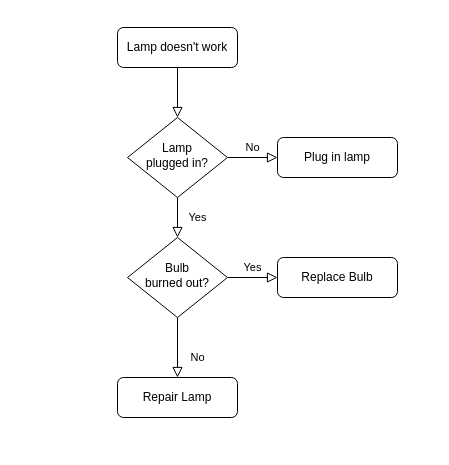
Before: Untitled Diagram.drawio in gbolden101/bioinf576_project_demo, a draw.io diagram. Source tidied: cells renumbered, new cells numbered last; positions are measured from the earlier drawing's top-left corner, leaving out a move shared by most shapes. Both pictures are drawn from the tidied source at 100%, with x=0, y=0 at pixel (117, 27).
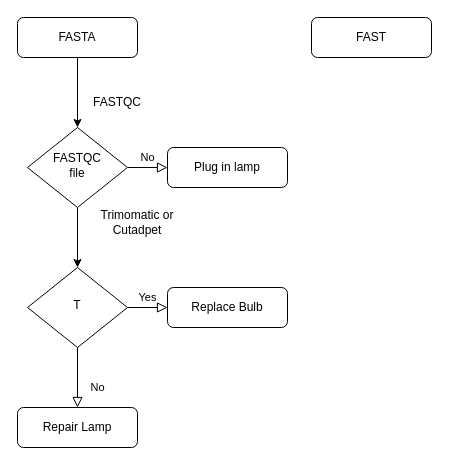
Above is the later version.

Change to the diagram source:
```diff
@@
 <mxGraphModel>
   <root>
     <mxCell id="0" />
     <mxCell id="1" parent="0" />
-    <mxCell id="2" style="rounded=0;html=1;jettySize=auto;fontSize=11;endArrow=block;endFill=0;endSize=8;strokeWidth=1;shadow=0;labelBackgroundColor=none;edgeStyle=orthogonalEdgeStyle;" parent="1" edge="1" source="3" target="6">
-      <mxGeometry relative="1" as="geometry" />
-    </mxCell>
-    <mxCell id="3" value="Lamp doesn't work" style="rounded=1;whiteSpace=wrap;html=1;fontSize=12;glass=0;strokeWidth=1;shadow=0;" parent="1" vertex="1">
-      <mxGeometry width="120" height="40" as="geometry" />
+    <mxCell id="3" value="FAST" style="rounded=1;whiteSpace=wrap;html=1;fontSize=12;glass=0;strokeWidth=1;shadow=0;" parent="1" vertex="1">
+      <mxGeometry x="194" y="-10" width="120" height="40" as="geometry" />
     </mxCell>
+    <mxCell id="5" value="No" style="edgeStyle=orthogonalEdgeStyle;rounded=0;html=1;jettySize=auto;fontSize=11;endArrow=block;endFill=0;endSize=8;strokeWidth=1;shadow=0;labelBackgroundColor=none;" parent="1" edge="1" source="6" target="7">
+      <mxGeometry y="10" relative="1" as="geometry" />
+    </mxCell>
-    <mxCell id="4" value="Yes" style="rounded=0;html=1;jettySize=auto;fontSize=11;endArrow=block;endFill=0;endSize=8;strokeWidth=1;shadow=0;labelBackgroundColor=none;edgeStyle=orthogonalEdgeStyle;" parent="1" edge="1" source="6" target="10">
-      <mxGeometry y="20" relative="1" as="geometry" />
+    <mxCell id="4" style="edgeStyle=orthogonalEdgeStyle;rounded=0;jettySize=auto;html=1;" parent="1" edge="1" source="6" target="10">
+      <mxGeometry relative="1" as="geometry" />
     </mxCell>
-    <mxCell id="5" value="No" style="edgeStyle=orthogonalEdgeStyle;rounded=0;html=1;jettySize=auto;fontSize=11;endArrow=block;endFill=0;endSize=8;strokeWidth=1;shadow=0;labelBackgroundColor=none;" parent="1" edge="1" source="6" target="7">
-      <mxGeometry y="10" relative="1" as="geometry" />
-    </mxCell>
-    <mxCell id="6" value="Lamp&lt;br&gt;plugged in?" style="rhombus;whiteSpace=wrap;html=1;shadow=0;fontFamily=Helvetica;fontSize=12;align=center;strokeWidth=1;spacing=6;spacingTop=-4;" parent="1" vertex="1">
-      <mxGeometry x="10" y="90" width="100" height="80" as="geometry" />
+    <mxCell id="6" value="FASTQC&lt;div&gt;file&lt;/div&gt;" style="rhombus;whiteSpace=wrap;html=1;shadow=0;fontFamily=Helvetica;fontSize=12;align=center;strokeWidth=1;spacing=6;spacingTop=-4;" parent="1" vertex="1">
+      <mxGeometry x="-90" y="100" width="100" height="80" as="geometry" />
     </mxCell>
     <mxCell id="7" value="Plug in lamp" style="rounded=1;whiteSpace=wrap;html=1;fontSize=12;glass=0;strokeWidth=1;shadow=0;" parent="1" vertex="1">
-      <mxGeometry x="160" y="110" width="120" height="40" as="geometry" />
+      <mxGeometry x="50" y="120" width="120" height="40" as="geometry" />
     </mxCell>
     <mxCell id="8" value="No" style="rounded=0;html=1;jettySize=auto;fontSize=11;endArrow=block;endFill=0;endSize=8;strokeWidth=1;shadow=0;labelBackgroundColor=none;edgeStyle=orthogonalEdgeStyle;" parent="1" edge="1" source="10" target="11">
       <mxGeometry x="0.33" y="20" relative="1" as="geometry" />
     </mxCell>
     <mxCell id="9" value="Yes" style="edgeStyle=orthogonalEdgeStyle;rounded=0;html=1;jettySize=auto;fontSize=11;endArrow=block;endFill=0;endSize=8;strokeWidth=1;shadow=0;labelBackgroundColor=none;" parent="1" edge="1" source="10" target="12">
       <mxGeometry y="10" relative="1" as="geometry" />
     </mxCell>
-    <mxCell id="10" value="Bulb&lt;br&gt;burned out?" style="rhombus;whiteSpace=wrap;html=1;shadow=0;fontFamily=Helvetica;fontSize=12;align=center;strokeWidth=1;spacing=6;spacingTop=-4;" parent="1" vertex="1">
-      <mxGeometry x="10" y="210" width="100" height="80" as="geometry" />
+    <mxCell id="10" value="T" style="rhombus;whiteSpace=wrap;html=1;shadow=0;fontFamily=Helvetica;fontSize=12;align=center;strokeWidth=1;spacing=6;spacingTop=-4;" parent="1" vertex="1">
+      <mxGeometry x="-90" y="240" width="100" height="80" as="geometry" />
     </mxCell>
     <mxCell id="11" value="Repair Lamp" style="rounded=1;whiteSpace=wrap;html=1;fontSize=12;glass=0;strokeWidth=1;shadow=0;" parent="1" vertex="1">
-      <mxGeometry y="350" width="120" height="40" as="geometry" />
+      <mxGeometry x="-100" y="380" width="120" height="40" as="geometry" />
     </mxCell>
     <mxCell id="12" value="Replace Bulb" style="rounded=1;whiteSpace=wrap;html=1;fontSize=12;glass=0;strokeWidth=1;shadow=0;" parent="1" vertex="1">
-      <mxGeometry x="160" y="230" width="120" height="40" as="geometry" />
+      <mxGeometry x="50" y="260" width="120" height="40" as="geometry" />
     </mxCell>
+    <mxCell id="13" style="edgeStyle=orthogonalEdgeStyle;rounded=0;jettySize=auto;html=1;" parent="1" edge="1" source="14" target="6">
+      <mxGeometry relative="1" as="geometry" />
+    </mxCell>
+    <mxCell id="14" value="FASTA" style="rounded=1;whiteSpace=wrap;html=1;fontSize=12;glass=0;strokeWidth=1;shadow=0;" parent="1" vertex="1">
+      <mxGeometry x="-100" y="-10" width="120" height="40" as="geometry" />
+    </mxCell>
+    <mxCell id="15" value="FASTQC" style="text;html=1;align=center;verticalAlign=middle;whiteSpace=wrap;rounded=0;" parent="1" vertex="1">
+      <mxGeometry x="-30" y="60" width="60" height="30" as="geometry" />
+    </mxCell>
+    <mxCell id="16" value="Trimomatic or Cutadpet" style="text;html=1;align=center;verticalAlign=middle;whiteSpace=wrap;rounded=0;" parent="1" vertex="1">
+      <mxGeometry x="-40" y="170" width="120" height="50" as="geometry" />
+    </mxCell>
   </root>
 </mxGraphModel>
```
